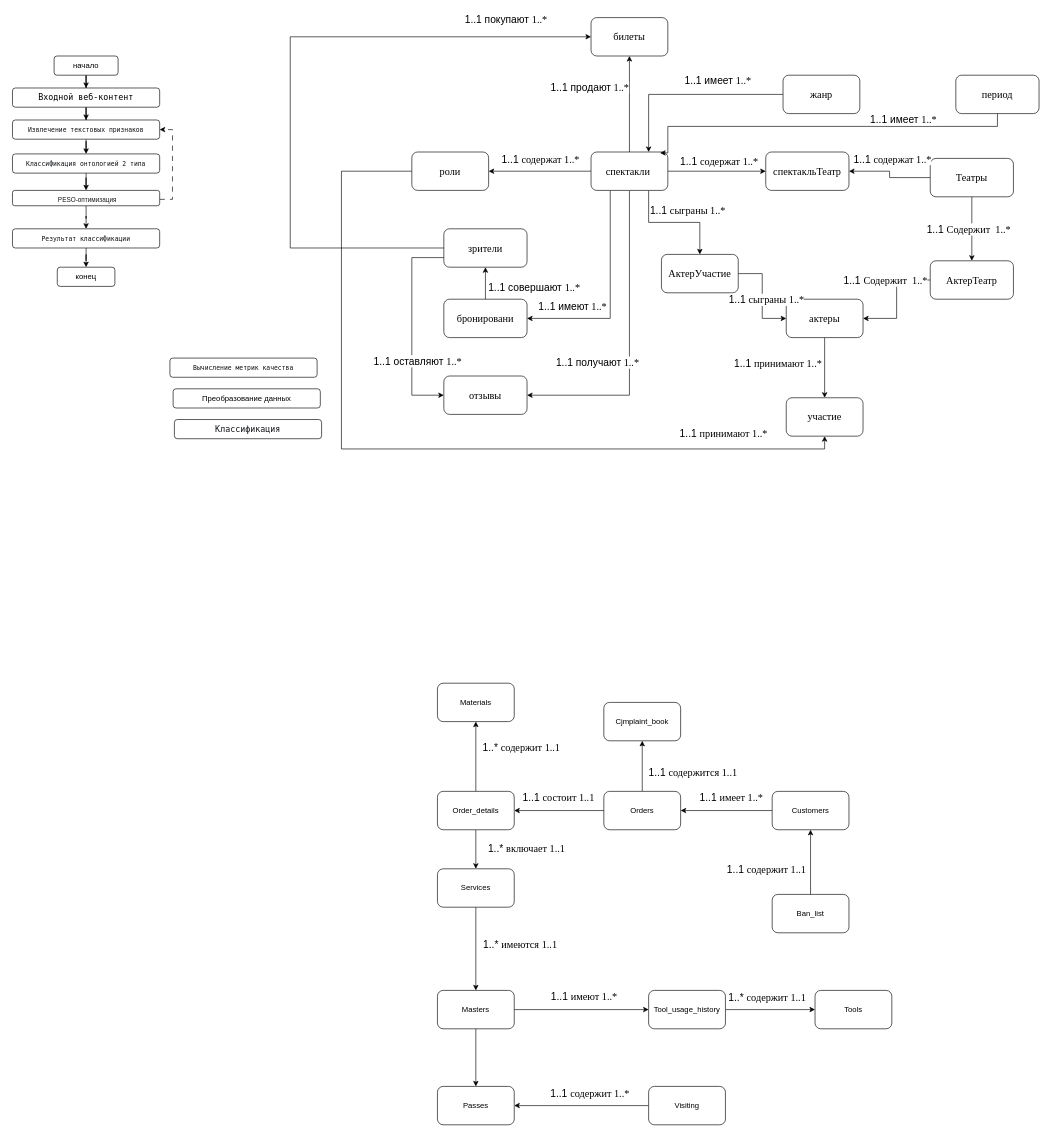
Earlier version of the draw.io diagram без названия.drawio (Verina19/Practica_4). Source tidied: cells renumbered, new cells numbered last; positions are measured from the earlier drawing's top-left corner, leaving out a move shared by most shapes. Both pictures are drawn from the tidied source at 64%, with x=0, y=0 at pixel (12, 11).
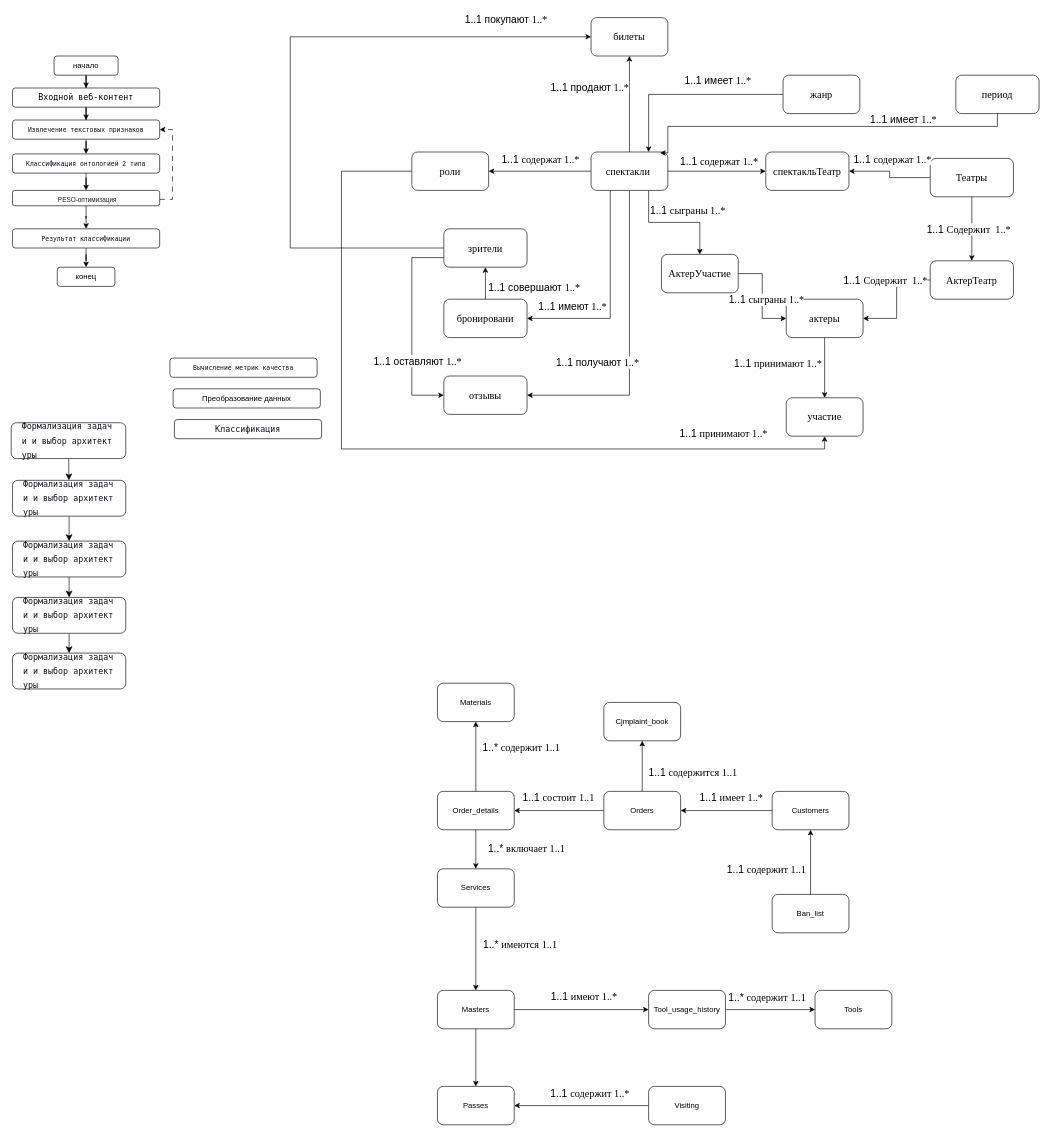
The same diagram, later.

Diff of the diagram source:
```diff
@@
+    <mxCell id="100" style="edgeStyle=none;curved=1;rounded=0;jettySize=auto;html=1;fontSize=12;startSize=8;endSize=8;" parent="1" edge="1" source="101" target="105">
+      <mxGeometry relative="1" as="geometry" />
+    </mxCell>
+    <mxCell id="101" value="&lt;pre style=&quot;font-variant-numeric: normal; font-variant-east-asian: normal; font-variant-alternates: normal; font-size-adjust: none; font-kerning: auto; font-optical-sizing: auto; font-feature-settings: normal; font-variation-settings: normal; font-variant-position: normal; font-variant-emoji: normal; font-stretch: normal; font-size: 13px; line-height: 22px; font-family: Menlo, Monaco, Consolas, &amp;quot;Cascadia Mono&amp;quot;, &amp;quot;Ubuntu Mono&amp;quot;, &amp;quot;DejaVu Sans Mono&amp;quot;, &amp;quot;Liberation Mono&amp;quot;, &amp;quot;JetBrains Mono&amp;quot;, &amp;quot;Fira Code&amp;quot;, Cousine, &amp;quot;Roboto Mono&amp;quot;, &amp;quot;Courier New&amp;quot;, Courier, sans-serif, system-ui; overflow: auto; text-wrap-mode: wrap; word-break: break-all; padding: 16px; color: rgb(15, 17, 21); text-align: start; margin: 0px !important;&quot;&gt;Формализация задачи и выбор архитектуры&lt;/pre&gt;" style="rounded=1;whiteSpace=wrap;html=1;" parent="1" vertex="1">
+      <mxGeometry x="-2" y="643" width="179" height="56" as="geometry" />
+    </mxCell>
+    <mxCell id="102" style="edgeStyle=none;curved=1;rounded=0;jettySize=auto;html=1;fontSize=12;startSize=8;endSize=8;" parent="1" edge="1" source="103" target="107">
+      <mxGeometry relative="1" as="geometry" />
+    </mxCell>
+    <mxCell id="103" value="&lt;pre style=&quot;font-variant-numeric: normal; font-variant-east-asian: normal; font-variant-alternates: normal; font-size-adjust: none; font-kerning: auto; font-optical-sizing: auto; font-feature-settings: normal; font-variation-settings: normal; font-variant-position: normal; font-variant-emoji: normal; font-stretch: normal; font-size: 13px; line-height: 22px; font-family: Menlo, Monaco, Consolas, &amp;quot;Cascadia Mono&amp;quot;, &amp;quot;Ubuntu Mono&amp;quot;, &amp;quot;DejaVu Sans Mono&amp;quot;, &amp;quot;Liberation Mono&amp;quot;, &amp;quot;JetBrains Mono&amp;quot;, &amp;quot;Fira Code&amp;quot;, Cousine, &amp;quot;Roboto Mono&amp;quot;, &amp;quot;Courier New&amp;quot;, Courier, sans-serif, system-ui; overflow: auto; text-wrap-mode: wrap; word-break: break-all; padding: 16px; color: rgb(15, 17, 21); text-align: start; margin: 0px !important;&quot;&gt;Формализация задачи и выбор архитектуры&lt;/pre&gt;" style="rounded=1;whiteSpace=wrap;html=1;" parent="1" vertex="1">
+      <mxGeometry y="828" width="177" height="56" as="geometry" />
+    </mxCell>
+    <mxCell id="104" style="edgeStyle=none;curved=1;rounded=0;jettySize=auto;html=1;entryX=0.5;entryY=0;entryDx=0;entryDy=0;fontSize=12;startSize=8;endSize=8;" parent="1" edge="1" source="105" target="103">
+      <mxGeometry relative="1" as="geometry" />
+    </mxCell>
+    <mxCell id="105" value="&lt;pre style=&quot;font-variant-numeric: normal; font-variant-east-asian: normal; font-variant-alternates: normal; font-size-adjust: none; font-kerning: auto; font-optical-sizing: auto; font-feature-settings: normal; font-variation-settings: normal; font-variant-position: normal; font-variant-emoji: normal; font-stretch: normal; font-size: 13px; line-height: 22px; font-family: Menlo, Monaco, Consolas, &amp;quot;Cascadia Mono&amp;quot;, &amp;quot;Ubuntu Mono&amp;quot;, &amp;quot;DejaVu Sans Mono&amp;quot;, &amp;quot;Liberation Mono&amp;quot;, &amp;quot;JetBrains Mono&amp;quot;, &amp;quot;Fira Code&amp;quot;, Cousine, &amp;quot;Roboto Mono&amp;quot;, &amp;quot;Courier New&amp;quot;, Courier, sans-serif, system-ui; overflow: auto; text-wrap-mode: wrap; word-break: break-all; padding: 16px; color: rgb(15, 17, 21); text-align: start; margin: 0px !important;&quot;&gt;Формализация задачи и выбор архитектуры&lt;/pre&gt;" style="rounded=1;whiteSpace=wrap;html=1;" parent="1" vertex="1">
+      <mxGeometry y="733" width="177" height="56" as="geometry" />
+    </mxCell>
+    <mxCell id="106" style="edgeStyle=none;curved=1;rounded=0;jettySize=auto;html=1;fontSize=12;startSize=8;endSize=8;" parent="1" edge="1" source="107" target="108">
+      <mxGeometry relative="1" as="geometry" />
+    </mxCell>
+    <mxCell id="107" value="&lt;pre style=&quot;font-variant-numeric: normal; font-variant-east-asian: normal; font-variant-alternates: normal; font-size-adjust: none; font-kerning: auto; font-optical-sizing: auto; font-feature-settings: normal; font-variation-settings: normal; font-variant-position: normal; font-variant-emoji: normal; font-stretch: normal; font-size: 13px; line-height: 22px; font-family: Menlo, Monaco, Consolas, &amp;quot;Cascadia Mono&amp;quot;, &amp;quot;Ubuntu Mono&amp;quot;, &amp;quot;DejaVu Sans Mono&amp;quot;, &amp;quot;Liberation Mono&amp;quot;, &amp;quot;JetBrains Mono&amp;quot;, &amp;quot;Fira Code&amp;quot;, Cousine, &amp;quot;Roboto Mono&amp;quot;, &amp;quot;Courier New&amp;quot;, Courier, sans-serif, system-ui; overflow: auto; text-wrap-mode: wrap; word-break: break-all; padding: 16px; color: rgb(15, 17, 21); text-align: start; margin: 0px !important;&quot;&gt;Формализация задачи и выбор архитектуры&lt;/pre&gt;" style="rounded=1;whiteSpace=wrap;html=1;" parent="1" vertex="1">
+      <mxGeometry y="916" width="177" height="56" as="geometry" />
+    </mxCell>
+    <mxCell id="108" value="&lt;pre style=&quot;font-variant-numeric: normal; font-variant-east-asian: normal; font-variant-alternates: normal; font-size-adjust: none; font-kerning: auto; font-optical-sizing: auto; font-feature-settings: normal; font-variation-settings: normal; font-variant-position: normal; font-variant-emoji: normal; font-stretch: normal; font-size: 13px; line-height: 22px; font-family: Menlo, Monaco, Consolas, &amp;quot;Cascadia Mono&amp;quot;, &amp;quot;Ubuntu Mono&amp;quot;, &amp;quot;DejaVu Sans Mono&amp;quot;, &amp;quot;Liberation Mono&amp;quot;, &amp;quot;JetBrains Mono&amp;quot;, &amp;quot;Fira Code&amp;quot;, Cousine, &amp;quot;Roboto Mono&amp;quot;, &amp;quot;Courier New&amp;quot;, Courier, sans-serif, system-ui; overflow: auto; text-wrap-mode: wrap; word-break: break-all; padding: 16px; color: rgb(15, 17, 21); text-align: start; margin: 0px !important;&quot;&gt;Формализация задачи и выбор архитектуры&lt;/pre&gt;" style="rounded=1;whiteSpace=wrap;html=1;" parent="1" vertex="1">
+      <mxGeometry y="1003" width="177" height="56" as="geometry" />
+    </mxCell>
```
